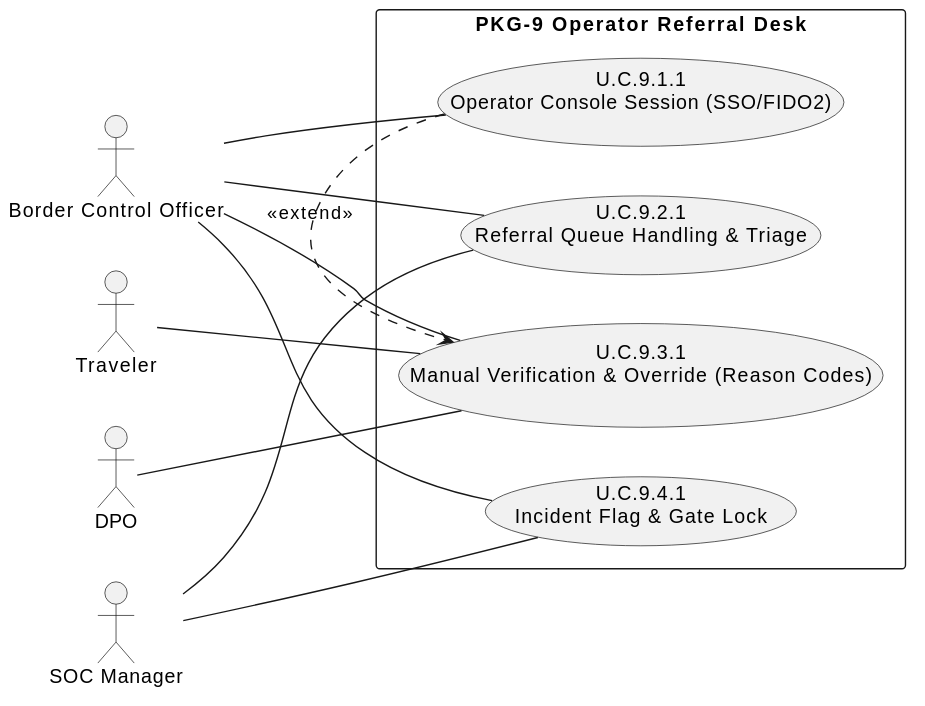
Above: 02_CASES/Case_02_SecureBorder_Solutions/03_PHASE3_DECOMPOSITION/annexes/svg/A_s3_pkg_9_operator_referral_desk_4_use_cases.svg in pauloribeiro16/Methodology_compact (PlantUML), before the change. The source it was exported from:
```plantuml
@startuml
left to right direction
actor "Border Control Officer" as BCO
actor "Traveler" as TRV
actor "SOC Manager" as SOC
actor "DPO" as DPO
rectangle "PKG-9 Operator Referral Desk" {
usecase "U.C.9.1.1\nOperator Console Session (SSO/FIDO2)" as UC911
usecase "U.C.9.2.1\nReferral Queue Handling & Triage" as UC921
usecase "U.C.9.3.1\nManual Verification & Override (Reason Codes)" as UC931
usecase "U.C.9.4.1\nIncident Flag & Gate Lock" as UC941
}
BCO -- UC911
BCO -- UC921
BCO -- UC931
BCO -- UC941
TRV -- UC931
SOC -- UC921
SOC -- UC941
DPO -- UC931
UC911 .> UC931 : <<extend>>
@enduml
```
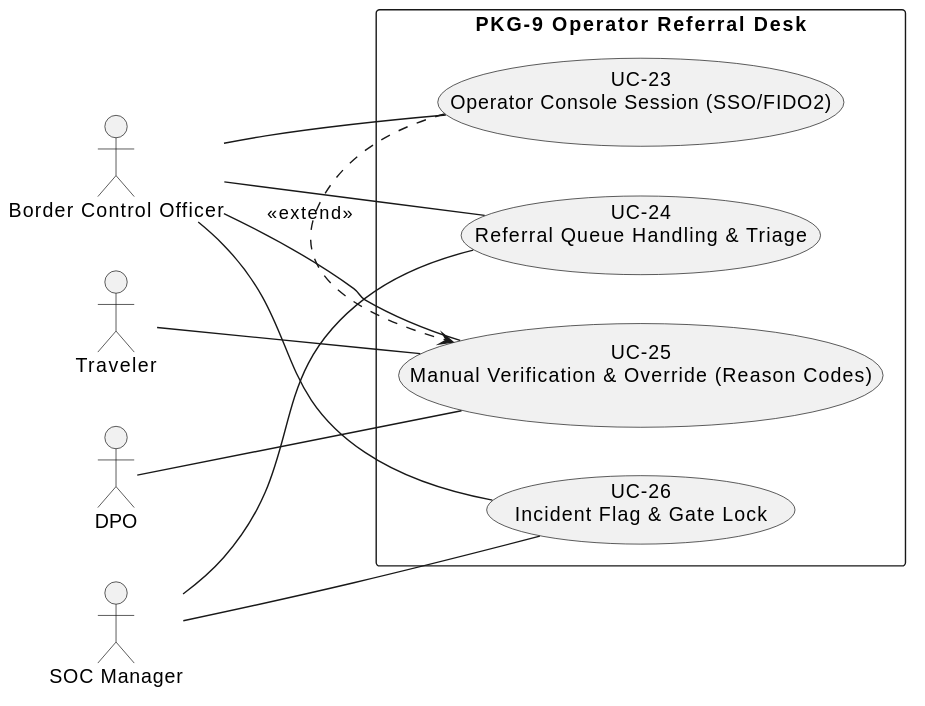
After the change.

Change to the diagram source:
```diff
@@ -5,10 +5,10 @@
 actor "SOC Manager" as SOC
 actor "DPO" as DPO
 rectangle "PKG-9 Operator Referral Desk" {
-usecase "U.C.9.1.1\nOperator Console Session (SSO/FIDO2)" as UC911
-usecase "U.C.9.2.1\nReferral Queue Handling & Triage" as UC921
-usecase "U.C.9.3.1\nManual Verification & Override (Reason Codes)" as UC931
-usecase "U.C.9.4.1\nIncident Flag & Gate Lock" as UC941
+usecase "UC-23\nOperator Console Session (SSO/FIDO2)" as UC911
+usecase "UC-24\nReferral Queue Handling & Triage" as UC921
+usecase "UC-25\nManual Verification & Override (Reason Codes)" as UC931
+usecase "UC-26\nIncident Flag & Gate Lock" as UC941
 }
 BCO -- UC911
 BCO -- UC921
```
